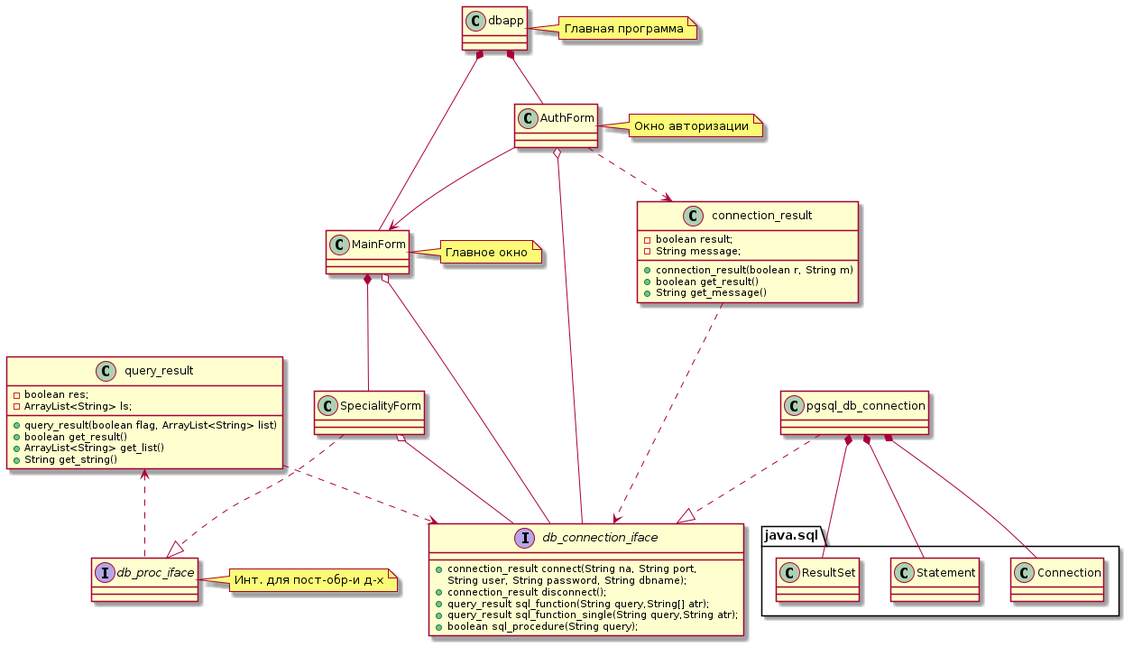
Above: ЛР5/class_diag.png in CodeDesign2763/DatabaseTask (PlantUML), before the change. Its diagram source:
```plantuml
@startuml
top to bottom direction

class AuthForm
note right: Окно авторизации

class MainForm
note right: Главное окно

interface db_connection_iface{
+  connection_result connect(String na, String port,
String user, String password, String dbname);
+  connection_result disconnect();
+  query_result sql_function(String query,String[] atr);
+  query_result sql_function_single(String query,String atr);
+  boolean sql_procedure(String query);
}
class SpecialityForm
class query_result{
	- boolean res;
	- ArrayList<String> ls;
	+  query_result(boolean flag, ArrayList<String> list)
	+  boolean get_result()
	+  ArrayList<String> get_list()
	+  String get_string()
}
class pgsql_db_connection
class java.sql.Connection
class java.sql.Statement
class java.sql.ResultSet

class connection_result{
	-  boolean result;
	-  String message;
	+ connection_result(boolean r, String m)
	+ boolean get_result()
	+ String get_message()
}

AuthForm ..> connection_result
connection_result ..> db_connection_iface

class dbapp
note right: Главная программа

interface db_proc_iface
note right: Инт. для пост-обр-и д-х

dbapp *-- AuthForm
dbapp *-- MainForm

AuthForm --> MainForm
AuthForm o-- db_connection_iface

MainForm o-- db_connection_iface
MainForm *-- SpecialityForm

SpecialityForm o-- db_connection_iface
SpecialityForm ..|> db_proc_iface

query_result ..> db_connection_iface
query_result <..  db_proc_iface

pgsql_db_connection ..|> db_connection_iface
pgsql_db_connection *-- java.sql.Connection
pgsql_db_connection *-- java.sql.Statement
pgsql_db_connection *-- java.sql.ResultSet

skinparam linestyle ortho



@enduml
```
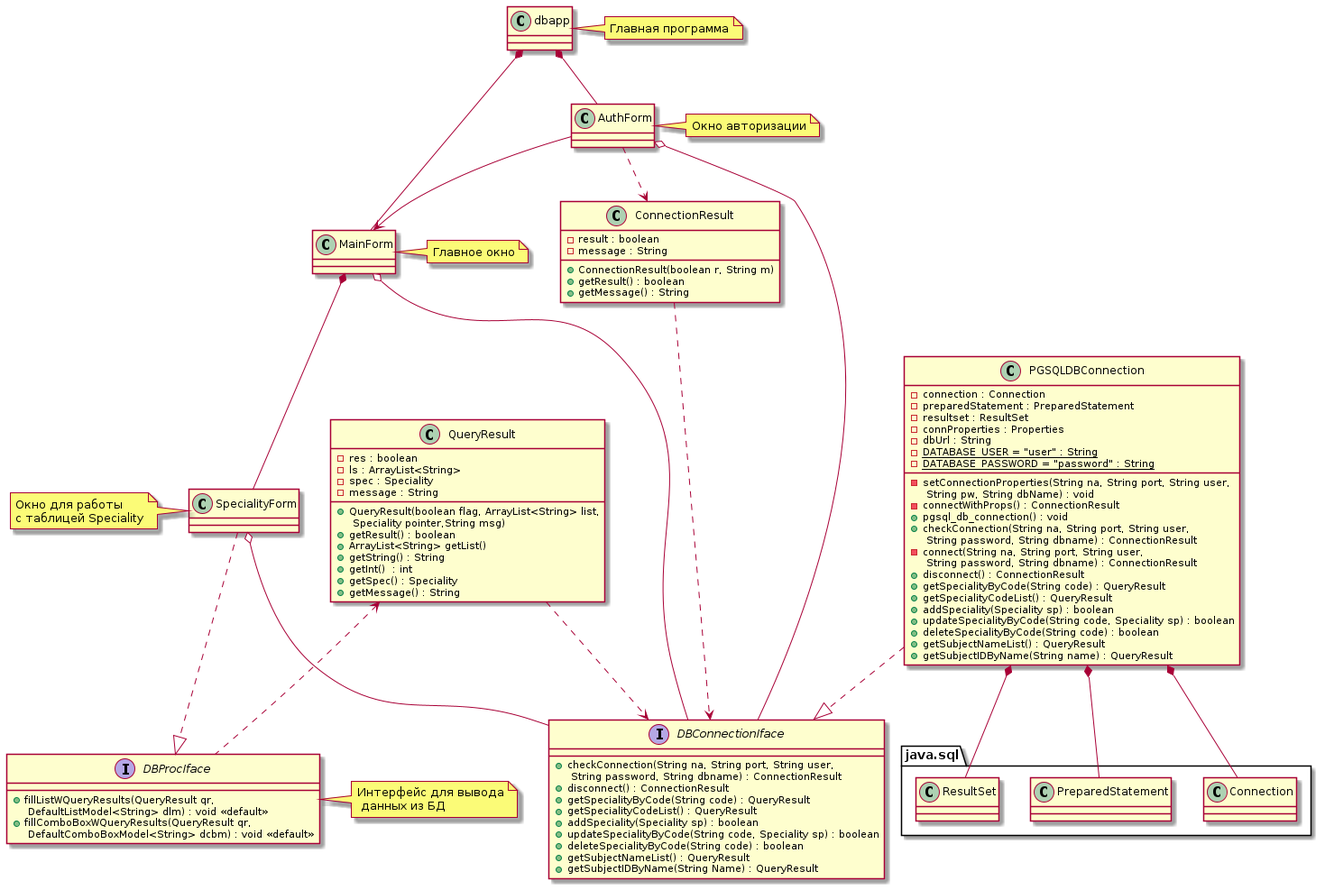
After the commit.

Commit message:
Обновлена диаграмма классов

Diff of the diagram source:
```diff
@@ -1,5 +1,6 @@
 @startuml
 top to bottom direction
+skinparam linestyle ortho
 
 class AuthForm
 note right: Окно авторизации
@@ -7,67 +8,96 @@
 class MainForm
 note right: Главное окно
 
-interface db_connection_iface{
-+  connection_result connect(String na, String port,
-String user, String password, String dbname);
-+  connection_result disconnect();
-+  query_result sql_function(String query,String[] atr);
-+  query_result sql_function_single(String query,String atr);
-+  boolean sql_procedure(String query);
+interface DBConnectionIface{
++  checkConnection(String na, String port, String user,\n String password, String dbname) : ConnectionResult
++  disconnect() : ConnectionResult
++  getSpecialityByCode(String code) : QueryResult
++  getSpecialityCodeList() : QueryResult
++  addSpeciality(Speciality sp) : boolean
++  updateSpecialityByCode(String code, Speciality sp) : boolean
++  deleteSpecialityByCode(String code) : boolean
++  getSubjectNameList() : QueryResult
++  getSubjectIDByName(String Name) : QueryResult
 }
 class SpecialityForm
-class query_result{
-	- boolean res;
-	- ArrayList<String> ls;
-	+  query_result(boolean flag, ArrayList<String> list)
-	+  boolean get_result()
-	+  ArrayList<String> get_list()
-	+  String get_string()
+note left: Окно для работы\nс таблицей Speciality
+class QueryResult{
+- res : boolean
+- ls : ArrayList<String>
+- spec : Speciality
+- message : String
++ QueryResult(boolean flag, ArrayList<String> list,\n Speciality pointer,String msg)
++  getResult() : boolean
++ ArrayList<String> getList()
++  getString() : String
++  getInt()  : int
++  getSpec() : Speciality
++  getMessage() : String
 }
-class pgsql_db_connection
+class PGSQLDBConnection{
+- connection : Connection
+- preparedStatement : PreparedStatement
+- resultset : ResultSet
+- connProperties : Properties
+- dbUrl : String
+- {static} DATABASE_USER = "user" : String
+- {static} DATABASE_PASSWORD = "password" : String
+- setConnectionProperties(String na, String port, String user,\n String pw, String dbName) : void
+- connectWithProps() : ConnectionResult
++ pgsql_db_connection() : void
++ checkConnection(String na, String port, String user,\n String password, String dbname) : ConnectionResult
+- connect(String na, String port, String user,\n String password, String dbname) : ConnectionResult
++ disconnect() : ConnectionResult
++  getSpecialityByCode(String code) : QueryResult
++ getSpecialityCodeList() : QueryResult
++ addSpeciality(Speciality sp) : boolean
++ updateSpecialityByCode(String code, Speciality sp) : boolean
++ deleteSpecialityByCode(String code) : boolean
++ getSubjectNameList() : QueryResult
++ getSubjectIDByName(String name) : QueryResult
+}
 class java.sql.Connection
-class java.sql.Statement
+class java.sql.PreparedStatement
 class java.sql.ResultSet
 
-class connection_result{
-	-  boolean result;
-	-  String message;
-	+ connection_result(boolean r, String m)
-	+ boolean get_result()
-	+ String get_message()
+class ConnectionResult{
+- result : boolean
+- message : String
++ ConnectionResult(boolean r, String m)
++ getResult() : boolean
++ getMessage() : String
 }
 
-AuthForm ..> connection_result
-connection_result ..> db_connection_iface
+AuthForm ..> ConnectionResult
+ConnectionResult ..> DBConnectionIface
 
 class dbapp
 note right: Главная программа
 
-interface db_proc_iface
-note right: Инт. для пост-обр-и д-х
+interface DBProcIface{
++ fillListWQueryResults(QueryResult qr,\n DefaultListModel<String> dlm) : void <<default>>
++ fillComboBoxWQueryResults(QueryResult qr,\n DefaultComboBoxModel<String> dcbm) : void <<default>>
+}
+note right: Интерфейс для вывода\n данных из БД
 
 dbapp *-- AuthForm
 dbapp *-- MainForm
 
 AuthForm --> MainForm
-AuthForm o-- db_connection_iface
+AuthForm o-- DBConnectionIface
 
-MainForm o-- db_connection_iface
+MainForm o-- DBConnectionIface
 MainForm *-- SpecialityForm
 
-SpecialityForm o-- db_connection_iface
-SpecialityForm ..|> db_proc_iface
+SpecialityForm o-- DBConnectionIface
+SpecialityForm ..|> DBProcIface
 
-query_result ..> db_connection_iface
-query_result <..  db_proc_iface
+QueryResult ..> DBConnectionIface
+QueryResult <..  DBProcIface
 
-pgsql_db_connection ..|> db_connection_iface
-pgsql_db_connection *-- java.sql.Connection
-pgsql_db_connection *-- java.sql.Statement
-pgsql_db_connection *-- java.sql.ResultSet
-
-skinparam linestyle ortho
-
-
+PGSQLDBConnection ..|> DBConnectionIface
+PGSQLDBConnection *-- java.sql.Connection
+PGSQLDBConnection *-- java.sql.PreparedStatement
+PGSQLDBConnection *-- java.sql.ResultSet
 
 @enduml
```
